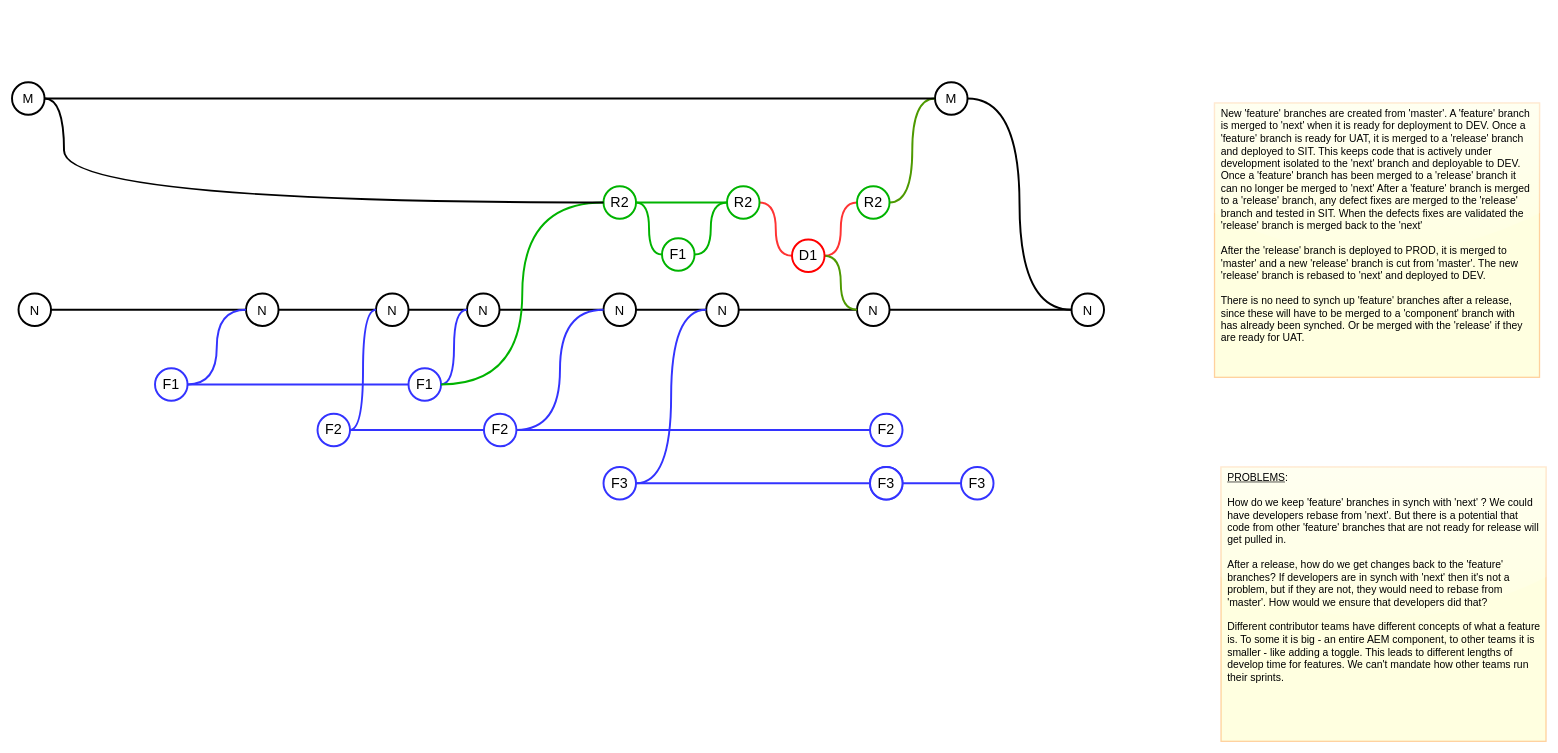
The draw.io diagram docs/diagrams/branching.drawio in pdmyrs/aem-snippets, before the edit. Source tidied: cells renumbered, new cells numbered last; positions are measured from the earlier drawing's top-left corner, leaving out a move shared by most shapes. Both pictures are drawn from the tidied source at 65%, with x=0, y=0 at pixel (12, 82).
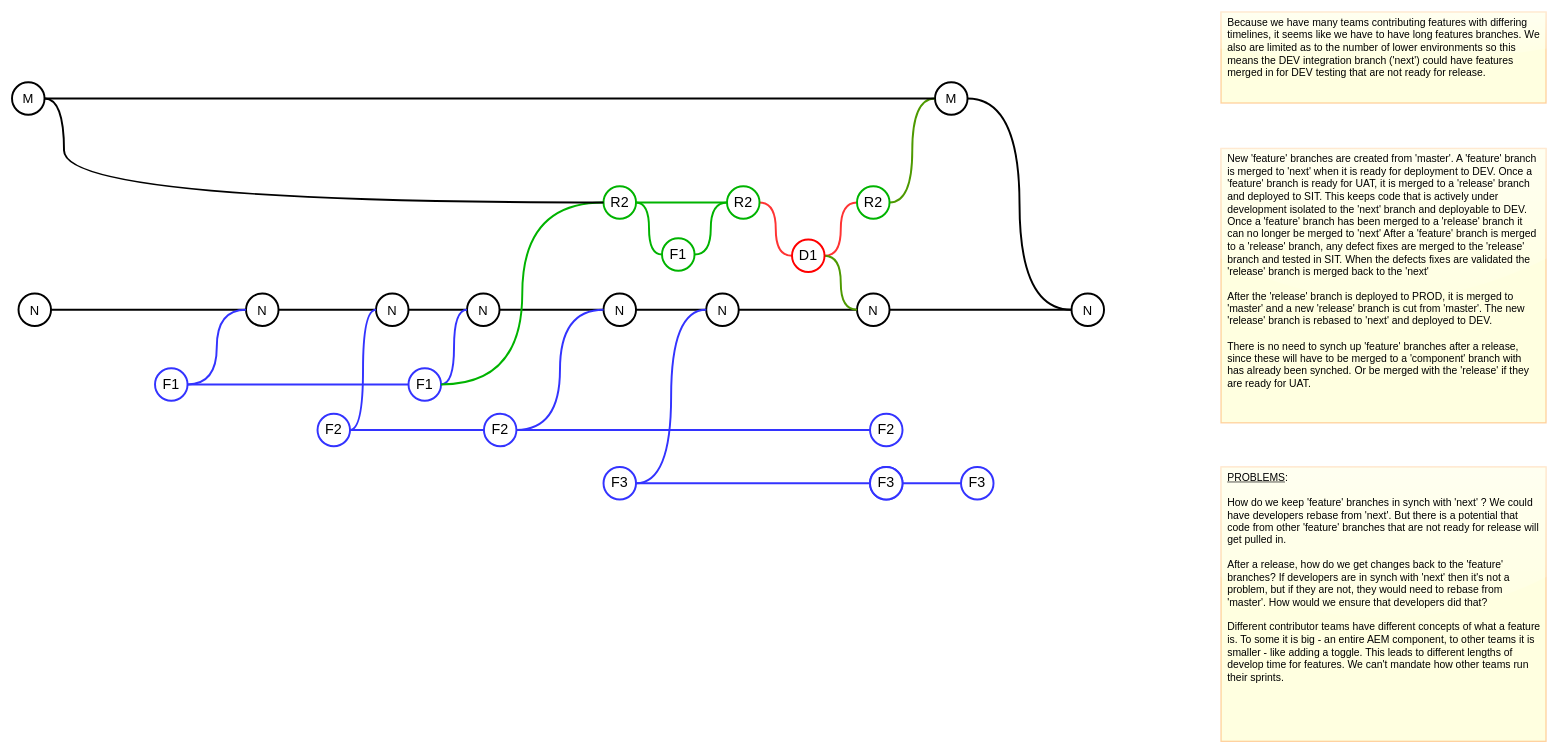
The same page after the edit.

The edit, as a diff of the source:
```diff
@@
     <mxCell id="49" value="New 'feature' branches are created from 'master'. A 'feature' branch is merged to 'next' when it is ready for deployment to DEV. Once a 'feature' branch is ready for UAT, it is merged to a 'release' branch and deployed to SIT. This keeps code that is actively under development isolated to the 'next' branch and deployable to DEV. Once a 'feature' branch has been merged to a 'release' branch it can no longer be merged to 'next' After a 'feature' branch is merged to a 'release' branch, any defect fixes are merged to the 'release' branch and tested in SIT. When the defects fixes are validated the 'release' branch is merged back to the 'next'&lt;br&gt;&lt;br&gt;After the 'release' branch is deployed to PROD, it is merged to 'master' and a new 'release' branch is cut from 'master'. The new 'release' branch is rebased to 'next' and deployed to DEV.&lt;br&gt;&lt;br&gt;There is no need to synch up 'feature' branches after a release, since these will have to be merged to a 'component' branch with has already been synched. Or be merged with the 'release' if they are ready for UAT." style="text;html=1;strokeColor=#FFB366;fillColor=#FFFFCC;align=left;verticalAlign=top;whiteSpace=wrap;rounded=0;fontSize=16;perimeterSpacing=2;strokeWidth=2;opacity=60;shadow=0;glass=1;fontFamily=Helvetica;sketch=0;spacingLeft=8;labelPosition=center;verticalLabelPosition=middle;spacingRight=8;" parent="1" vertex="1">
-      <mxGeometry x="1850" y="32" width="500" height="422" as="geometry" />
+      <mxGeometry x="1860" y="102" width="500" height="422" as="geometry" />
     </mxCell>
@@
+    <mxCell id="56" value="Because we have many teams contributing features with differing timelines, it seems like we have to have long features branches. We also are limited as to the number of lower environments so this means the DEV integration branch ('next') could have features merged in for DEV testing that are not ready for release." style="text;html=1;strokeColor=#FFB366;fillColor=#FFFFCC;align=left;verticalAlign=top;whiteSpace=wrap;rounded=0;fontSize=16;perimeterSpacing=2;strokeWidth=2;opacity=60;shadow=0;glass=1;fontFamily=Helvetica;sketch=0;spacingLeft=8;labelPosition=center;verticalLabelPosition=middle;spacingRight=8;" parent="1" vertex="1">
+      <mxGeometry x="1860" y="-108" width="500" height="140" as="geometry" />
+    </mxCell>
```
